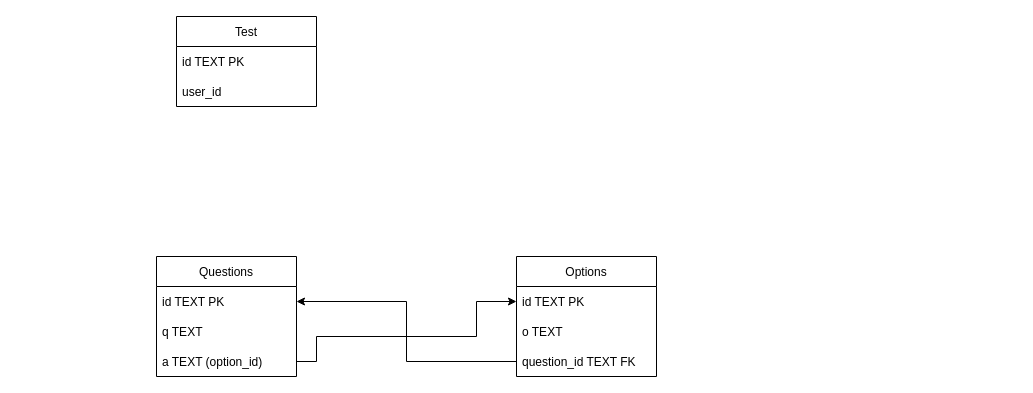
Earlier version of the draw.io diagram pcep/Untitled Diagram.drawio (vgenov-py/t603). Source tidied: cells renumbered, new cells numbered last; positions are measured from the earlier drawing's top-left corner, leaving out a move shared by most shapes. Both pictures are drawn from the tidied source at 100%, with x=0, y=0 at pixel (156, 16).
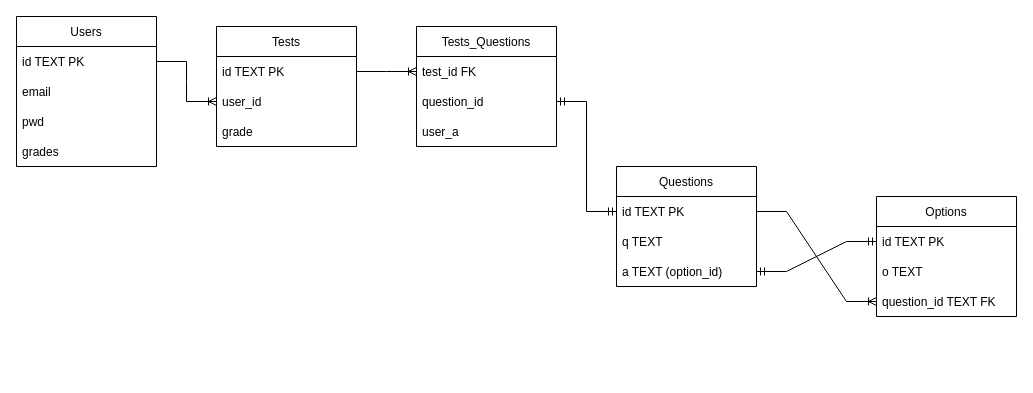
After the change.

The change refers to these unchanged cells:
```xml
<mxCell id="3" value="id TEXT PK" style="text;strokeColor=none;fillColor=none;align=left;verticalAlign=middle;spacingLeft=4;spacingRight=4;overflow=hidden;points=[[0,0.5],[1,0.5]];portConstraint=eastwest;" parent="2" vertex="1">
  <mxGeometry y="30" width="140" height="30" as="geometry" />
</mxCell>
<mxCell id="5" value="a TEXT (option_id)" style="text;strokeColor=none;fillColor=none;align=left;verticalAlign=middle;spacingLeft=4;spacingRight=4;overflow=hidden;points=[[0,0.5],[1,0.5]];portConstraint=eastwest;" parent="2" vertex="1">
  <mxGeometry y="90" width="140" height="30" as="geometry" />
</mxCell>
<mxCell id="7" value="id TEXT PK" style="text;strokeColor=none;fillColor=none;align=left;verticalAlign=middle;spacingLeft=4;spacingRight=4;overflow=hidden;points=[[0,0.5],[1,0.5]];portConstraint=eastwest;" parent="6" vertex="1">
  <mxGeometry y="30" width="140" height="30" as="geometry" />
</mxCell>
<mxCell id="9" value="question_id TEXT FK" style="text;strokeColor=none;fillColor=none;align=left;verticalAlign=middle;spacingLeft=4;spacingRight=4;overflow=hidden;points=[[0,0.5],[1,0.5]];portConstraint=eastwest;" parent="6" vertex="1">
  <mxGeometry y="90" width="140" height="30" as="geometry" />
</mxCell>
<mxCell id="13" value="id TEXT PK" style="text;strokeColor=none;fillColor=none;align=left;verticalAlign=middle;spacingLeft=4;spacingRight=4;overflow=hidden;points=[[0,0.5],[1,0.5]];portConstraint=eastwest;" parent="12" vertex="1">
  <mxGeometry y="30" width="140" height="30" as="geometry" />
</mxCell>
<mxCell id="14" value="user_id" style="text;strokeColor=none;fillColor=none;align=left;verticalAlign=middle;spacingLeft=4;spacingRight=4;overflow=hidden;points=[[0,0.5],[1,0.5]];portConstraint=eastwest;" parent="12" vertex="1">
  <mxGeometry y="60" width="140" height="30" as="geometry" />
</mxCell>
```

Change to the diagram source:
```diff
@@
     <mxCell id="2" value="Questions" style="swimlane;fontStyle=0;horizontal=1;startSize=30;" parent="1" vertex="1">
-      <mxGeometry y="240" width="140" height="120" as="geometry" />
+      <mxGeometry x="460" y="150" width="140" height="120" as="geometry" />
     </mxCell>
@@
     <mxCell id="6" value="Options" style="swimlane;fontStyle=0;horizontal=1;startSize=30;" parent="1" vertex="1">
-      <mxGeometry x="360" y="240" width="140" height="120" as="geometry" />
+      <mxGeometry x="720" y="180" width="140" height="120" as="geometry" />
     </mxCell>
@@
-    <mxCell id="10" style="edgeStyle=orthogonalEdgeStyle;rounded=0;jettySize=auto;html=1;entryX=1;entryY=0.5;entryDx=0;entryDy=0;" parent="1" edge="1" source="9" target="3">
-      <mxGeometry relative="1" as="geometry" />
-    </mxCell>
-    <mxCell id="11" style="edgeStyle=orthogonalEdgeStyle;rounded=0;jettySize=auto;html=1;exitX=1;exitY=0.5;exitDx=0;exitDy=0;entryX=0;entryY=0.5;entryDx=0;entryDy=0;" parent="1" edge="1" source="5" target="7">
-      <mxGeometry relative="1" as="geometry">
-        <Array as="points">
-          <mxPoint x="160" y="345" />
-          <mxPoint x="160" y="320" />
-          <mxPoint x="320" y="320" />
-          <mxPoint x="320" y="285" />
-        </Array>
-      </mxGeometry>
-    </mxCell>
-    <mxCell id="12" value="Test" style="swimlane;fontStyle=0;horizontal=1;startSize=30;" parent="1" vertex="1">
-      <mxGeometry x="20" width="140" height="90" as="geometry" />
+    <mxCell id="12" value="Tests" style="swimlane;fontStyle=0;horizontal=1;startSize=30;" parent="1" vertex="1">
+      <mxGeometry x="60" y="10" width="140" height="120" as="geometry" />
     </mxCell>
@@
+    <mxCell id="15" value="grade" style="text;strokeColor=none;fillColor=none;align=left;verticalAlign=middle;spacingLeft=4;spacingRight=4;overflow=hidden;" parent="12" vertex="1">
+      <mxGeometry y="90" width="140" height="30" as="geometry" />
+    </mxCell>
+    <mxCell id="16" value="Users" style="swimlane;fontStyle=0;horizontal=1;startSize=30;" parent="1" vertex="1">
+      <mxGeometry x="-140" width="140" height="150" as="geometry" />
+    </mxCell>
+    <mxCell id="17" value="id TEXT PK" style="text;strokeColor=none;fillColor=none;align=left;verticalAlign=middle;spacingLeft=4;spacingRight=4;overflow=hidden;points=[[0,0.5],[1,0.5]];portConstraint=eastwest;" parent="16" vertex="1">
+      <mxGeometry y="30" width="140" height="30" as="geometry" />
+    </mxCell>
+    <mxCell id="18" value="email" style="text;strokeColor=none;fillColor=none;align=left;verticalAlign=middle;spacingLeft=4;spacingRight=4;overflow=hidden;" parent="16" vertex="1">
+      <mxGeometry y="60" width="140" height="30" as="geometry" />
+    </mxCell>
+    <mxCell id="19" value="pwd" style="text;strokeColor=none;fillColor=none;align=left;verticalAlign=middle;spacingLeft=4;spacingRight=4;overflow=hidden;" parent="16" vertex="1">
+      <mxGeometry y="90" width="140" height="30" as="geometry" />
+    </mxCell>
+    <mxCell id="20" value="grades" style="text;strokeColor=none;fillColor=none;align=left;verticalAlign=middle;spacingLeft=4;spacingRight=4;overflow=hidden;" parent="16" vertex="1">
+      <mxGeometry y="120" width="140" height="30" as="geometry" />
+    </mxCell>
+    <mxCell id="21" style="edgeStyle=entityRelationEdgeStyle;fontSize=12;html=1;endArrow=ERoneToMany;rounded=0;exitX=1;exitY=0.5;exitDx=0;exitDy=0;entryX=0;entryY=0.5;entryDx=0;entryDy=0;" parent="1" edge="1" source="3" target="9">
+      <mxGeometry relative="1" as="geometry" />
+    </mxCell>
+    <mxCell id="11" style="edgeStyle=entityRelationEdgeStyle;fontSize=12;html=1;endArrow=ERmandOne;startArrow=ERmandOne;rounded=0;exitX=1;exitY=0.5;exitDx=0;exitDy=0;entryX=0;entryY=0.5;entryDx=0;entryDy=0;" parent="1" edge="1" source="5" target="7">
+      <mxGeometry relative="1" as="geometry" />
+    </mxCell>
+    <mxCell id="22" style="edgeStyle=entityRelationEdgeStyle;fontSize=12;html=1;endArrow=ERoneToMany;rounded=0;exitX=1;exitY=0.5;exitDx=0;exitDy=0;entryX=0;entryY=0.5;entryDx=0;entryDy=0;" parent="1" edge="1" source="17" target="14">
+      <mxGeometry relative="1" as="geometry" />
+    </mxCell>
+    <mxCell id="23" value="Tests_Questions" style="swimlane;fontStyle=0;horizontal=1;startSize=30;" parent="1" vertex="1">
+      <mxGeometry x="260" y="10" width="140" height="120" as="geometry" />
+    </mxCell>
+    <mxCell id="24" value="test_id FK" style="text;strokeColor=none;fillColor=none;align=left;verticalAlign=middle;spacingLeft=4;spacingRight=4;overflow=hidden;points=[[0,0.5],[1,0.5]];portConstraint=eastwest;" parent="23" vertex="1">
+      <mxGeometry y="30" width="140" height="30" as="geometry" />
+    </mxCell>
+    <mxCell id="25" value="question_id" style="text;strokeColor=none;fillColor=none;align=left;verticalAlign=middle;spacingLeft=4;spacingRight=4;overflow=hidden;points=[[0,0.5],[1,0.5]];portConstraint=eastwest;" parent="23" vertex="1">
+      <mxGeometry y="60" width="140" height="30" as="geometry" />
+    </mxCell>
+    <mxCell id="26" value="user_a" style="text;strokeColor=none;fillColor=none;align=left;verticalAlign=middle;spacingLeft=4;spacingRight=4;overflow=hidden;" parent="23" vertex="1">
+      <mxGeometry y="90" width="140" height="30" as="geometry" />
+    </mxCell>
+    <mxCell id="27" style="edgeStyle=entityRelationEdgeStyle;fontSize=12;html=1;endArrow=ERoneToMany;rounded=0;exitX=1;exitY=0.5;exitDx=0;exitDy=0;entryX=0;entryY=0.5;entryDx=0;entryDy=0;" parent="1" edge="1" source="13" target="24">
+      <mxGeometry relative="1" as="geometry" />
+    </mxCell>
+    <mxCell id="28" style="edgeStyle=entityRelationEdgeStyle;fontSize=12;html=1;endArrow=ERmandOne;startArrow=ERmandOne;rounded=0;exitX=0;exitY=0.5;exitDx=0;exitDy=0;entryX=1;entryY=0.5;entryDx=0;entryDy=0;" parent="1" edge="1" source="3" target="25">
+      <mxGeometry relative="1" as="geometry" />
+    </mxCell>
```
